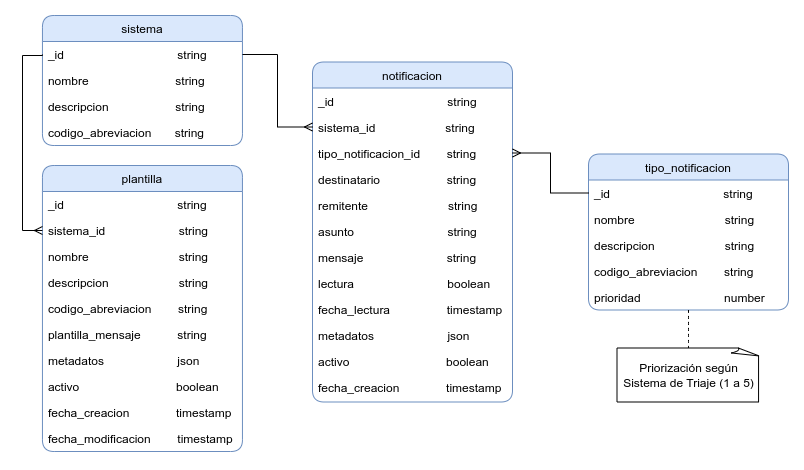
udistrital/notificaciones_crud keeps this draw.io diagram as database/notificaciones_crud.png. Above is the earlier version. Source tidied: cells renumbered, new cells last; positions are measured from the earlier drawing's top-left corner, leaving out a move shared by most shapes.
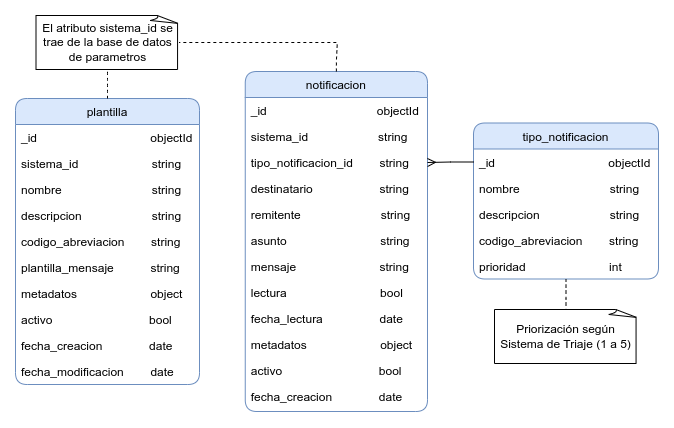
After the change.

Commit message:
feat: Eliminación de sistema

Change to the diagram source:
```diff
@@ -3,130 +3,117 @@
     <mxCell id="0" />
     <mxCell id="1" parent="0" />
     <mxCell id="2" value="notificacion" style="swimlane;fontStyle=0;align=center;verticalAlign=top;horizontal=1;startSize=26;rounded=1;shadow=0;strokeWidth=1;fillColor=#dae8fc;strokeColor=#6c8ebf;" parent="1" vertex="1">
-      <mxGeometry x="290" y="46.5" width="200" height="340" as="geometry" />
+      <mxGeometry x="302.8" y="68" width="182.2" height="340" as="geometry" />
     </mxCell>
-    <mxCell id="3" value="_id                                  string" style="text;align=left;verticalAlign=top;spacingLeft=4;spacingRight=4;overflow=hidden;" parent="2" vertex="1">
-      <mxGeometry y="26" width="200" height="26" as="geometry" />
+    <mxCell id="3" value="_id                                 objectId" style="text;align=left;verticalAlign=top;spacingLeft=4;spacingRight=4;overflow=hidden;" parent="2" vertex="1">
+      <mxGeometry y="26" width="182.2" height="26" as="geometry" />
     </mxCell>
     <mxCell id="4" value="sistema_id                     string" style="text;align=left;verticalAlign=top;spacingLeft=4;spacingRight=4;overflow=hidden;points=[[0,0.5],[1,0.5]];portConstraint=eastwest;" parent="2" vertex="1">
-      <mxGeometry y="52" width="200" height="26" as="geometry" />
+      <mxGeometry y="52" width="182.2" height="26" as="geometry" />
     </mxCell>
     <mxCell id="5" value="tipo_notificacion_id        string" style="text;align=left;verticalAlign=top;spacingLeft=4;spacingRight=4;overflow=hidden;points=[[0,0.5],[1,0.5]];portConstraint=eastwest;" parent="2" vertex="1">
-      <mxGeometry y="78" width="200" height="26" as="geometry" />
+      <mxGeometry y="78" width="182.2" height="26" as="geometry" />
     </mxCell>
     <mxCell id="6" value="destinatario                    string" style="text;align=left;verticalAlign=top;spacingLeft=4;spacingRight=4;overflow=hidden;rounded=0;shadow=0;html=0;" parent="2" vertex="1">
-      <mxGeometry y="104" width="200" height="26" as="geometry" />
+      <mxGeometry y="104" width="182.2" height="26" as="geometry" />
     </mxCell>
     <mxCell id="7" value="remitente                        string" style="text;align=left;verticalAlign=top;spacingLeft=4;spacingRight=4;overflow=hidden;rounded=0;shadow=0;html=0;" parent="2" vertex="1">
-      <mxGeometry y="130" width="200" height="26" as="geometry" />
+      <mxGeometry y="130" width="182.2" height="26" as="geometry" />
     </mxCell>
     <mxCell id="8" value="asunto                            string" style="text;align=left;verticalAlign=top;spacingLeft=4;spacingRight=4;overflow=hidden;rounded=0;shadow=0;html=0;" parent="2" vertex="1">
-      <mxGeometry y="156" width="200" height="26" as="geometry" />
+      <mxGeometry y="156" width="182.2" height="26" as="geometry" />
     </mxCell>
     <mxCell id="9" value="mensaje                         string" style="text;align=left;verticalAlign=top;spacingLeft=4;spacingRight=4;overflow=hidden;rounded=0;shadow=0;html=0;" parent="2" vertex="1">
-      <mxGeometry y="182" width="200" height="26" as="geometry" />
+      <mxGeometry y="182" width="182.2" height="26" as="geometry" />
     </mxCell>
-    <mxCell id="10" value="lectura                            boolean" style="text;align=left;verticalAlign=top;spacingLeft=4;spacingRight=4;overflow=hidden;" parent="2" vertex="1">
-      <mxGeometry y="208" width="200" height="26" as="geometry" />
+    <mxCell id="10" value="lectura                            bool" style="text;align=left;verticalAlign=top;spacingLeft=4;spacingRight=4;overflow=hidden;" parent="2" vertex="1">
+      <mxGeometry y="208" width="182.2" height="26" as="geometry" />
     </mxCell>
-    <mxCell id="11" value="fecha_lectura                 timestamp" style="text;align=left;verticalAlign=top;spacingLeft=4;spacingRight=4;overflow=hidden;" parent="2" vertex="1">
-      <mxGeometry y="234" width="200" height="26" as="geometry" />
+    <mxCell id="11" value="fecha_lectura                 date" style="text;align=left;verticalAlign=top;spacingLeft=4;spacingRight=4;overflow=hidden;" parent="2" vertex="1">
+      <mxGeometry y="234" width="182.2" height="26" as="geometry" />
     </mxCell>
-    <mxCell id="12" value="metadatos                      json" style="text;align=left;verticalAlign=top;spacingLeft=4;spacingRight=4;overflow=hidden;" parent="2" vertex="1">
-      <mxGeometry y="260" width="200" height="26" as="geometry" />
+    <mxCell id="12" value="metadatos                      object" style="text;align=left;verticalAlign=top;spacingLeft=4;spacingRight=4;overflow=hidden;" parent="2" vertex="1">
+      <mxGeometry y="260" width="182.2" height="26" as="geometry" />
     </mxCell>
-    <mxCell id="13" value="activo                             boolean" style="text;align=left;verticalAlign=top;spacingLeft=4;spacingRight=4;overflow=hidden;" parent="2" vertex="1">
-      <mxGeometry y="286" width="200" height="26" as="geometry" />
+    <mxCell id="13" value="activo                             bool" style="text;align=left;verticalAlign=top;spacingLeft=4;spacingRight=4;overflow=hidden;" parent="2" vertex="1">
+      <mxGeometry y="286" width="182.2" height="26" as="geometry" />
     </mxCell>
-    <mxCell id="14" value="fecha_creacion              timestamp" style="text;align=left;verticalAlign=top;spacingLeft=4;spacingRight=4;overflow=hidden;" parent="2" vertex="1">
-      <mxGeometry y="312" width="200" height="26" as="geometry" />
+    <mxCell id="14" value="fecha_creacion              date" style="text;align=left;verticalAlign=top;spacingLeft=4;spacingRight=4;overflow=hidden;" parent="2" vertex="1">
+      <mxGeometry y="312" width="182.2" height="26" as="geometry" />
     </mxCell>
-    <mxCell id="15" value="sistema" style="swimlane;fontStyle=0;align=center;verticalAlign=top;horizontal=1;startSize=26;rounded=1;shadow=0;strokeWidth=1;fillColor=#dae8fc;strokeColor=#6c8ebf;glass=0;" parent="1" vertex="1">
-      <mxGeometry x="20" width="200" height="130" as="geometry" />
-    </mxCell>
-    <mxCell id="16" value="_id                                  string" style="text;align=left;verticalAlign=top;spacingLeft=4;spacingRight=4;overflow=hidden;points=[[0,0.5],[1,0.5]];portConstraint=eastwest;" parent="15" vertex="1">
-      <mxGeometry y="26" width="200" height="26" as="geometry" />
-    </mxCell>
-    <mxCell id="17" value="nombre                          string" style="text;align=left;verticalAlign=top;spacingLeft=4;spacingRight=4;overflow=hidden;" parent="15" vertex="1">
-      <mxGeometry y="52" width="200" height="26" as="geometry" />
-    </mxCell>
-    <mxCell id="18" value="descripcion                    string" style="text;align=left;verticalAlign=top;spacingLeft=4;spacingRight=4;overflow=hidden;" parent="15" vertex="1">
-      <mxGeometry y="78" width="200" height="26" as="geometry" />
-    </mxCell>
-    <mxCell id="19" value="codigo_abreviacion       string" style="text;align=left;verticalAlign=top;spacingLeft=4;spacingRight=4;overflow=hidden;" parent="15" vertex="1">
-      <mxGeometry y="104" width="200" height="26" as="geometry" />
-    </mxCell>
     <mxCell id="20" value="plantilla" style="swimlane;fontStyle=0;align=center;verticalAlign=top;horizontal=1;startSize=26;rounded=1;shadow=0;strokeWidth=1;fillColor=#dae8fc;strokeColor=#6c8ebf;glass=0;" parent="1" vertex="1">
-      <mxGeometry x="20" y="150" width="200" height="286" as="geometry" />
+      <mxGeometry x="73" y="95" width="184" height="286" as="geometry" />
     </mxCell>
-    <mxCell id="21" value="_id                                  string" style="text;align=left;verticalAlign=top;spacingLeft=4;spacingRight=4;overflow=hidden;" parent="20" vertex="1">
-      <mxGeometry y="26" width="200" height="26" as="geometry" />
+    <mxCell id="21" value="_id                                  objectId" style="text;align=left;verticalAlign=top;spacingLeft=4;spacingRight=4;overflow=hidden;" parent="20" vertex="1">
+      <mxGeometry y="26" width="184" height="26" as="geometry" />
     </mxCell>
     <mxCell id="22" value="sistema_id                      string" style="text;align=left;verticalAlign=top;spacingLeft=4;spacingRight=4;overflow=hidden;points=[[0,0.5],[1,0.5]];portConstraint=eastwest;" parent="20" vertex="1">
-      <mxGeometry y="52" width="200" height="26" as="geometry" />
+      <mxGeometry y="52" width="184" height="26" as="geometry" />
     </mxCell>
     <mxCell id="23" value="nombre                           string" style="text;align=left;verticalAlign=top;spacingLeft=4;spacingRight=4;overflow=hidden;" parent="20" vertex="1">
-      <mxGeometry y="78" width="200" height="26" as="geometry" />
+      <mxGeometry y="78" width="184" height="26" as="geometry" />
     </mxCell>
     <mxCell id="24" value="descripcion                     string" style="text;align=left;verticalAlign=top;spacingLeft=4;spacingRight=4;overflow=hidden;" parent="20" vertex="1">
-      <mxGeometry y="104" width="200" height="26" as="geometry" />
+      <mxGeometry y="104" width="184" height="26" as="geometry" />
     </mxCell>
     <mxCell id="25" value="codigo_abreviacion        string" style="text;align=left;verticalAlign=top;spacingLeft=4;spacingRight=4;overflow=hidden;" parent="20" vertex="1">
-      <mxGeometry y="130" width="200" height="26" as="geometry" />
+      <mxGeometry y="130" width="184" height="26" as="geometry" />
     </mxCell>
     <mxCell id="26" value="plantilla_mensaje           string" style="text;align=left;verticalAlign=top;spacingLeft=4;spacingRight=4;overflow=hidden;" parent="20" vertex="1">
-      <mxGeometry y="156" width="200" height="26" as="geometry" />
+      <mxGeometry y="156" width="184" height="26" as="geometry" />
     </mxCell>
-    <mxCell id="27" value="metadatos                      json" style="text;align=left;verticalAlign=top;spacingLeft=4;spacingRight=4;overflow=hidden;" parent="20" vertex="1">
-      <mxGeometry y="182" width="200" height="26" as="geometry" />
+    <mxCell id="27" value="metadatos                      object" style="text;align=left;verticalAlign=top;spacingLeft=4;spacingRight=4;overflow=hidden;" parent="20" vertex="1">
+      <mxGeometry y="182" width="184" height="26" as="geometry" />
     </mxCell>
-    <mxCell id="28" value="activo                             boolean" style="text;align=left;verticalAlign=top;spacingLeft=4;spacingRight=4;overflow=hidden;" parent="20" vertex="1">
-      <mxGeometry y="208" width="200" height="26" as="geometry" />
+    <mxCell id="28" value="activo                             bool" style="text;align=left;verticalAlign=top;spacingLeft=4;spacingRight=4;overflow=hidden;" parent="20" vertex="1">
+      <mxGeometry y="208" width="184" height="26" as="geometry" />
     </mxCell>
-    <mxCell id="29" value="fecha_creacion              timestamp" style="text;align=left;verticalAlign=top;spacingLeft=4;spacingRight=4;overflow=hidden;" parent="20" vertex="1">
-      <mxGeometry y="234" width="200" height="26" as="geometry" />
+    <mxCell id="29" value="fecha_creacion              date" style="text;align=left;verticalAlign=top;spacingLeft=4;spacingRight=4;overflow=hidden;" parent="20" vertex="1">
+      <mxGeometry y="234" width="184" height="26" as="geometry" />
     </mxCell>
-    <mxCell id="30" value="fecha_modificacion        timestamp" style="text;align=left;verticalAlign=top;spacingLeft=4;spacingRight=4;overflow=hidden;" parent="20" vertex="1">
-      <mxGeometry y="260" width="200" height="26" as="geometry" />
+    <mxCell id="30" value="fecha_modificacion        date" style="text;align=left;verticalAlign=top;spacingLeft=4;spacingRight=4;overflow=hidden;" parent="20" vertex="1">
+      <mxGeometry y="260" width="184" height="26" as="geometry" />
     </mxCell>
     <mxCell id="31" value="tipo_notificacion" style="swimlane;fontStyle=0;align=center;verticalAlign=top;horizontal=1;startSize=26;rounded=1;shadow=0;strokeWidth=1;fillColor=#dae8fc;strokeColor=#6c8ebf;glass=0;" parent="1" vertex="1">
-      <mxGeometry x="566" y="138.5" width="200" height="156" as="geometry" />
+      <mxGeometry x="531" y="119.5" width="185" height="156" as="geometry" />
     </mxCell>
-    <mxCell id="32" value="_id                                  string" style="text;align=left;verticalAlign=top;spacingLeft=4;spacingRight=4;overflow=hidden;points=[[0,0.5],[1,0.5]];portConstraint=eastwest;" parent="31" vertex="1">
-      <mxGeometry y="26" width="200" height="26" as="geometry" />
+    <mxCell id="32" value="_id                                  objectId" style="text;align=left;verticalAlign=top;spacingLeft=4;spacingRight=4;overflow=hidden;points=[[0,0.5],[1,0.5]];portConstraint=eastwest;" parent="31" vertex="1">
+      <mxGeometry y="26" width="185" height="26" as="geometry" />
     </mxCell>
     <mxCell id="33" value="nombre                           string" style="text;align=left;verticalAlign=top;spacingLeft=4;spacingRight=4;overflow=hidden;" parent="31" vertex="1">
-      <mxGeometry y="52" width="200" height="26" as="geometry" />
+      <mxGeometry y="52" width="185" height="26" as="geometry" />
     </mxCell>
     <mxCell id="34" value="descripcion                     string" style="text;align=left;verticalAlign=top;spacingLeft=4;spacingRight=4;overflow=hidden;" parent="31" vertex="1">
-      <mxGeometry y="78" width="200" height="26" as="geometry" />
+      <mxGeometry y="78" width="185" height="26" as="geometry" />
     </mxCell>
     <mxCell id="35" value="codigo_abreviacion        string" style="text;align=left;verticalAlign=top;spacingLeft=4;spacingRight=4;overflow=hidden;" parent="31" vertex="1">
-      <mxGeometry y="104" width="200" height="26" as="geometry" />
+      <mxGeometry y="104" width="185" height="26" as="geometry" />
     </mxCell>
-    <mxCell id="36" value="prioridad                         number" style="text;align=left;verticalAlign=top;spacingLeft=4;spacingRight=4;overflow=hidden;points=[[0,0.5],[1,0.5]];portConstraint=eastwest;" parent="31" vertex="1">
-      <mxGeometry y="130" width="200" height="26" as="geometry" />
+    <mxCell id="36" value="prioridad                         int" style="text;align=left;verticalAlign=top;spacingLeft=4;spacingRight=4;overflow=hidden;points=[[0,0.5],[1,0.5]];portConstraint=eastwest;" parent="31" vertex="1">
+      <mxGeometry y="130" width="185" height="26" as="geometry" />
     </mxCell>
-    <mxCell id="37" style="edgeStyle=orthogonalEdgeStyle;rounded=0;jettySize=auto;html=1;exitX=0;exitY=0.5;exitDx=0;exitDy=0;entryX=0;entryY=0.5;entryDx=0;entryDy=0;endArrow=ERmany;endFill=0;" parent="1" edge="1" source="16" target="22">
-      <mxGeometry relative="1" as="geometry">
-        <Array as="points">
-          <mxPoint x="20" y="40" />
-          <mxPoint x="-0.1" y="40" />
-          <mxPoint x="-0.1" y="215" />
-        </Array>
-      </mxGeometry>
-    </mxCell>
-    <mxCell id="38" style="edgeStyle=orthogonalEdgeStyle;rounded=0;jettySize=auto;html=1;exitX=1;exitY=0.5;exitDx=0;exitDy=0;entryX=0;entryY=0.5;entryDx=0;entryDy=0;endArrow=ERmany;endFill=0;" parent="1" edge="1" source="16" target="4">
-      <mxGeometry relative="1" as="geometry" />
-    </mxCell>
     <mxCell id="39" style="edgeStyle=orthogonalEdgeStyle;rounded=0;jettySize=auto;html=1;exitX=0;exitY=0.5;exitDx=0;exitDy=0;entryX=1;entryY=0.5;entryDx=0;entryDy=0;endArrow=ERmany;endFill=0;" parent="1" edge="1" source="32" target="5">
       <mxGeometry relative="1" as="geometry" />
     </mxCell>
     <mxCell id="40" value="Priorización según Sistema de Triaje (1 a 5)" style="whiteSpace=wrap;html=1;shape=mxgraph.basic.document;" parent="1" vertex="1">
-      <mxGeometry x="594.5" y="332.5" width="143" height="54" as="geometry" />
+      <mxGeometry x="552" y="306" width="143" height="54" as="geometry" />
     </mxCell>
     <mxCell id="41" style="edgeStyle=none;curved=1;rounded=0;jettySize=auto;html=1;entryX=0.5;entryY=0;entryDx=0;entryDy=0;entryPerimeter=0;fontSize=12;startSize=8;endSize=8;dashed=1;endArrow=none;endFill=0;" parent="1" edge="1" source="36" target="40">
       <mxGeometry relative="1" as="geometry" />
     </mxCell>
+    <mxCell id="42" value="El atributo sistema_id se trae de la base de datos de parametros" style="whiteSpace=wrap;html=1;shape=mxgraph.basic.document;" parent="1" vertex="1">
+      <mxGeometry x="93.5" y="12" width="143" height="54" as="geometry" />
+    </mxCell>
+    <mxCell id="43" style="edgeStyle=orthogonalEdgeStyle;rounded=0;jettySize=auto;html=1;exitX=0.5;exitY=0;exitDx=0;exitDy=0;entryX=1;entryY=0.5;entryDx=0;entryDy=0;entryPerimeter=0;fontSize=12;startSize=8;endSize=8;endArrow=none;endFill=0;dashed=1;" parent="1" edge="1" source="2" target="42">
+      <mxGeometry relative="1" as="geometry">
+        <Array as="points">
+          <mxPoint x="394.8" y="57.5" />
+          <mxPoint x="394.8" y="34.5" />
+        </Array>
+      </mxGeometry>
+    </mxCell>
+    <mxCell id="44" style="edgeStyle=none;curved=1;rounded=0;jettySize=auto;html=1;exitX=0.5;exitY=0;exitDx=0;exitDy=0;entryX=0.5;entryY=1;entryDx=0;entryDy=0;entryPerimeter=0;fontSize=12;startSize=8;endSize=8;endArrow=none;endFill=0;dashed=1;" parent="1" edge="1" source="20" target="42">
+      <mxGeometry relative="1" as="geometry" />
+    </mxCell>
   </root>
 </mxGraphModel>
```
